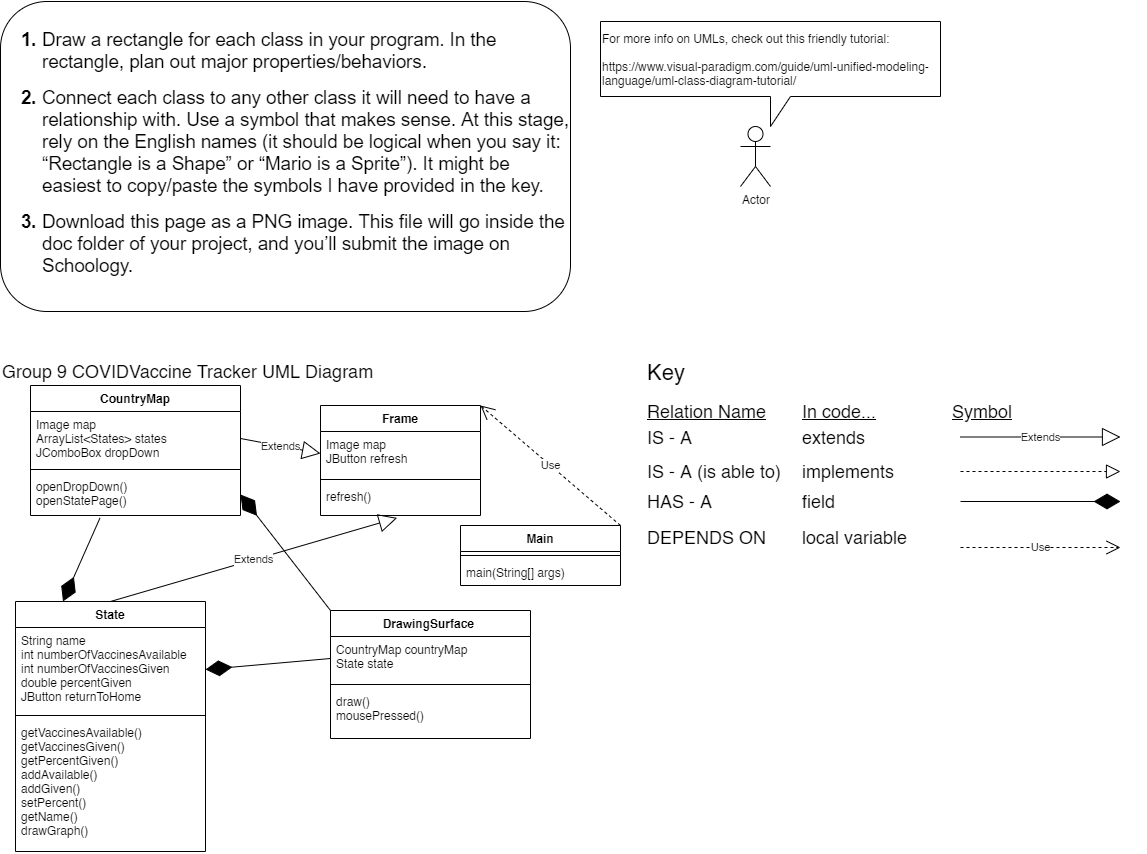
Before: CapstoneCOVIDVaccineTrackerProject/doc/UML.png, a diagram exported from draw.io (HHSAPCompSci2020/capstone-project-group-9-nsr). Source tidied: cells renumbered, new cells last; positions are measured from the earlier drawing's top-left corner, leaving out a move shared by most shapes. Its diagram source:
```xml
<mxGraphModel>
  <root>
    <mxCell id="0" />
    <mxCell id="1" parent="0" />
    <mxCell id="2" value="&lt;br&gt;&lt;br&gt;&lt;b style=&quot;font-weight: normal&quot; id=&quot;docs-internal-guid-c7d128cd-7fff-e6f1-a204-49fbba2cfa26&quot;&gt;&lt;ol style=&quot;margin-top: 0 ; margin-bottom: 0&quot;&gt;&lt;li dir=&quot;ltr&quot; style=&quot;list-style-type: decimal ; font-size: 14pt ; font-family: &amp;#34;arial&amp;#34; ; color: rgb(0 , 0 , 0) ; background-color: transparent ; font-weight: 700 ; font-style: normal ; font-variant: normal ; text-decoration: none ; vertical-align: baseline&quot;&gt;&lt;p dir=&quot;ltr&quot; style=&quot;line-height: 1.2 ; margin-top: 0pt ; margin-bottom: 0pt&quot;&gt;&lt;span style=&quot;font-size: 14pt ; font-family: &amp;#34;arial&amp;#34; ; color: rgb(0 , 0 , 0) ; background-color: transparent ; font-weight: 400 ; font-style: normal ; font-variant: normal ; text-decoration: none ; vertical-align: baseline&quot;&gt;Draw a rectangle for each class in your program. In the rectangle, plan out major properties/behaviors.&lt;/span&gt;&lt;/p&gt;&lt;/li&gt;&lt;/ol&gt;&lt;br&gt;&lt;ol style=&quot;margin-top: 0 ; margin-bottom: 0&quot; start=&quot;2&quot;&gt;&lt;li dir=&quot;ltr&quot; style=&quot;list-style-type: decimal ; font-size: 14pt ; font-family: &amp;#34;arial&amp;#34; ; color: rgb(0 , 0 , 0) ; background-color: transparent ; font-weight: 700 ; font-style: normal ; font-variant: normal ; text-decoration: none ; vertical-align: baseline&quot;&gt;&lt;p dir=&quot;ltr&quot; style=&quot;line-height: 1.2 ; margin-top: 0pt ; margin-bottom: 0pt&quot;&gt;&lt;span style=&quot;font-size: 14pt ; font-family: &amp;#34;arial&amp;#34; ; color: rgb(0 , 0 , 0) ; background-color: transparent ; font-weight: 400 ; font-style: normal ; font-variant: normal ; text-decoration: none ; vertical-align: baseline&quot;&gt;Connect each class to any other class it will need to have a relationship with. Use a symbol that makes sense. At this stage, rely on the English names (it should be logical when you say it: “Rectangle is a Shape” or “Mario is a Sprite”). It might be easiest to copy/paste the symbols I have provided in the key.&lt;/span&gt;&lt;/p&gt;&lt;/li&gt;&lt;/ol&gt;&lt;br&gt;&lt;ol style=&quot;margin-top: 0 ; margin-bottom: 0&quot; start=&quot;3&quot;&gt;&lt;li dir=&quot;ltr&quot; style=&quot;list-style-type: decimal ; font-size: 14pt ; font-family: &amp;#34;arial&amp;#34; ; color: rgb(0 , 0 , 0) ; background-color: transparent ; font-weight: 700 ; font-style: normal ; font-variant: normal ; text-decoration: none ; vertical-align: baseline&quot;&gt;&lt;p dir=&quot;ltr&quot; style=&quot;line-height: 1.2 ; margin-top: 0pt ; margin-bottom: 0pt&quot;&gt;&lt;span style=&quot;font-size: 14pt ; font-family: &amp;#34;arial&amp;#34; ; color: rgb(0 , 0 , 0) ; background-color: transparent ; font-weight: 400 ; font-style: normal ; font-variant: normal ; text-decoration: none ; vertical-align: baseline&quot;&gt;Download this page as a PNG image. This file will go inside the doc folder of your project, and you’ll submit the image on Schoology.&lt;/span&gt;&lt;/p&gt;&lt;/li&gt;&lt;/ol&gt;&lt;div&gt;&lt;font face=&quot;arial&quot;&gt;&lt;span style=&quot;font-size: 18.6667px&quot;&gt;&lt;br&gt;&lt;/span&gt;&lt;/font&gt;&lt;/div&gt;&lt;div&gt;&lt;br&gt;&lt;/div&gt;&lt;/b&gt;" style="rounded=1;whiteSpace=wrap;html=1;align=left;" parent="1" vertex="1">
      <mxGeometry width="570" height="310" as="geometry" />
    </mxCell>
    <mxCell id="3" value="Actor" style="shape=umlActor;verticalLabelPosition=bottom;verticalAlign=top;html=1;align=left;" parent="1" vertex="1">
      <mxGeometry x="740" y="125" width="30" height="60" as="geometry" />
    </mxCell>
    <mxCell id="4" value="For more info on UMLs, check out this friendly tutorial:&lt;br&gt;&lt;br&gt;&lt;a href=&quot;https://www.visual-paradigm.com/guide/uml-unified-modeling-language/uml-class-diagram-tutorial/&quot;&gt;https://www.visual-paradigm.com/guide/uml-unified-modeling-language/uml-class-diagram-tutorial/&lt;/a&gt;" style="shape=callout;whiteSpace=wrap;html=1;perimeter=calloutPerimeter;align=left;" parent="1" vertex="1">
      <mxGeometry x="600" y="20" width="340" height="105" as="geometry" />
    </mxCell>
    <mxCell id="5" value="&lt;font style=&quot;font-size: 18px&quot;&gt;Group 9 COVIDVaccine Tracker UML Diagram&lt;br&gt;&lt;/font&gt;" style="text;html=1;align=left;verticalAlign=middle;strokeColor=none;" parent="1" vertex="1">
      <mxGeometry y="360" width="390" height="20" as="geometry" />
    </mxCell>
    <mxCell id="6" value="&lt;font style=&quot;font-size: 22px&quot;&gt;Key&lt;/font&gt;" style="text;html=1;align=left;verticalAlign=middle;strokeColor=none;" parent="1" vertex="1">
      <mxGeometry x="645" y="360" width="50" height="20" as="geometry" />
    </mxCell>
    <mxCell id="7" value="&lt;font style=&quot;font-size: 18px&quot;&gt;IS - A&lt;/font&gt;" style="text;html=1;align=left;verticalAlign=middle;strokeColor=none;" parent="1" vertex="1">
      <mxGeometry x="645" y="426" width="60" height="20" as="geometry" />
    </mxCell>
    <mxCell id="8" value="&lt;font style=&quot;font-size: 18px&quot;&gt;extends&lt;/font&gt;" style="text;html=1;align=left;verticalAlign=middle;strokeColor=none;" parent="1" vertex="1">
      <mxGeometry x="800" y="426" width="80" height="20" as="geometry" />
    </mxCell>
    <mxCell id="9" value="&lt;font style=&quot;font-size: 18px&quot;&gt;IS - A (is able to)&lt;/font&gt;" style="text;html=1;align=left;verticalAlign=middle;strokeColor=none;" parent="1" vertex="1">
      <mxGeometry x="645" y="460" width="150" height="20" as="geometry" />
    </mxCell>
    <mxCell id="10" value="&lt;font style=&quot;font-size: 18px&quot;&gt;HAS - A&lt;/font&gt;" style="text;html=1;align=left;verticalAlign=middle;strokeColor=none;" parent="1" vertex="1">
      <mxGeometry x="645" y="490" width="80" height="20" as="geometry" />
    </mxCell>
    <mxCell id="11" value="&lt;font style=&quot;font-size: 18px&quot;&gt;DEPENDS ON&lt;/font&gt;" style="text;html=1;align=left;verticalAlign=middle;strokeColor=none;" parent="1" vertex="1">
      <mxGeometry x="645" y="526" width="130" height="20" as="geometry" />
    </mxCell>
    <mxCell id="12" value="&lt;font style=&quot;font-size: 18px&quot;&gt;implements&lt;/font&gt;" style="text;html=1;align=left;verticalAlign=middle;strokeColor=none;" parent="1" vertex="1">
      <mxGeometry x="800" y="460" width="110" height="20" as="geometry" />
    </mxCell>
    <mxCell id="13" value="&lt;font style=&quot;font-size: 18px&quot;&gt;field&lt;/font&gt;" style="text;html=1;align=left;verticalAlign=middle;strokeColor=none;" parent="1" vertex="1">
      <mxGeometry x="800" y="490" width="50" height="20" as="geometry" />
    </mxCell>
    <mxCell id="14" value="&lt;font style=&quot;font-size: 18px&quot;&gt;local variable&lt;/font&gt;" style="text;html=1;align=left;verticalAlign=middle;strokeColor=none;" parent="1" vertex="1">
      <mxGeometry x="800" y="526" width="120" height="20" as="geometry" />
    </mxCell>
    <mxCell id="15" value="&lt;font style=&quot;font-size: 18px&quot;&gt;&lt;u&gt;Relation Name&lt;/u&gt;&lt;/font&gt;" style="text;html=1;align=left;verticalAlign=middle;strokeColor=none;" parent="1" vertex="1">
      <mxGeometry x="645" y="400" width="130" height="20" as="geometry" />
    </mxCell>
    <mxCell id="16" value="&lt;font style=&quot;font-size: 18px&quot;&gt;&lt;u&gt;In code...&lt;/u&gt;&lt;/font&gt;" style="text;html=1;align=left;verticalAlign=middle;strokeColor=none;" parent="1" vertex="1">
      <mxGeometry x="800" y="400" width="90" height="20" as="geometry" />
    </mxCell>
    <mxCell id="17" value="&lt;font style=&quot;font-size: 18px&quot;&gt;&lt;u&gt;Symbol&lt;/u&gt;&lt;/font&gt;" style="text;html=1;align=left;verticalAlign=middle;strokeColor=none;" parent="1" vertex="1">
      <mxGeometry x="950" y="400" width="80" height="20" as="geometry" />
    </mxCell>
    <mxCell id="18" style="endArrow=block;dashed=1;endFill=0;endSize=12;html=1;" parent="1" edge="1">
      <mxGeometry relative="1" as="geometry">
        <mxPoint x="960" y="470" as="sourcePoint" />
        <mxPoint x="1120" y="470" as="targetPoint" />
      </mxGeometry>
    </mxCell>
    <mxCell id="19" value="Use" style="endArrow=open;endSize=12;dashed=1;html=1;exitX=1;exitY=0;exitDx=0;exitDy=0;entryX=1;entryY=0;entryDx=0;entryDy=0;" parent="1" edge="1" source="35" target="26">
      <mxGeometry relative="1" as="geometry" />
    </mxCell>
    <mxCell id="20" style="endArrow=diamondThin;endFill=1;endSize=24;html=1;" parent="1" edge="1">
      <mxGeometry relative="1" as="geometry">
        <mxPoint x="960" y="500" as="sourcePoint" />
        <mxPoint x="1120" y="500" as="targetPoint" />
      </mxGeometry>
    </mxCell>
    <mxCell id="21" value="Extends" style="endArrow=block;endSize=16;endFill=0;html=1;" parent="1" edge="1">
      <mxGeometry relative="1" as="geometry">
        <mxPoint x="960" y="435.5" as="sourcePoint" />
        <mxPoint x="1120" y="435.5" as="targetPoint" />
      </mxGeometry>
    </mxCell>
    <mxCell id="22" value="CountryMap" style="swimlane;fontStyle=1;align=center;verticalAlign=top;horizontal=1;startSize=26;" parent="1" vertex="1">
      <mxGeometry x="30" y="384" width="210" height="130" as="geometry" />
    </mxCell>
    <mxCell id="23" value="Image map&#10;ArrayList&lt;States&gt; states&#10;JComboBox dropDown" style="text;strokeColor=none;fillColor=none;align=left;verticalAlign=top;spacingLeft=4;spacingRight=4;overflow=hidden;points=[[0,0.5],[1,0.5]];portConstraint=eastwest;" parent="22" vertex="1">
      <mxGeometry y="26" width="210" height="54" as="geometry" />
    </mxCell>
    <mxCell id="24" style="line;strokeWidth=1;fillColor=none;align=left;verticalAlign=middle;spacingTop=-1;spacingLeft=3;spacingRight=3;labelPosition=right;" parent="22" vertex="1">
      <mxGeometry y="80" width="210" height="8" as="geometry" />
    </mxCell>
    <mxCell id="25" value="openDropDown()&#10;openStatePage()" style="text;strokeColor=none;fillColor=none;align=left;verticalAlign=top;spacingLeft=4;spacingRight=4;overflow=hidden;points=[[0,0.5],[1,0.5]];portConstraint=eastwest;" parent="22" vertex="1">
      <mxGeometry y="88" width="210" height="42" as="geometry" />
    </mxCell>
    <mxCell id="26" value="Frame" style="swimlane;fontStyle=1;align=center;verticalAlign=top;horizontal=1;startSize=26;" parent="1" vertex="1">
      <mxGeometry x="320" y="404" width="160" height="110" as="geometry" />
    </mxCell>
    <mxCell id="27" value="Image map&#10;JButton refresh&#10;" style="text;strokeColor=none;fillColor=none;align=left;verticalAlign=top;spacingLeft=4;spacingRight=4;overflow=hidden;points=[[0,0.5],[1,0.5]];portConstraint=eastwest;" parent="26" vertex="1">
      <mxGeometry y="26" width="160" height="44" as="geometry" />
    </mxCell>
    <mxCell id="28" style="line;strokeWidth=1;fillColor=none;align=left;verticalAlign=middle;spacingTop=-1;spacingLeft=3;spacingRight=3;labelPosition=right;" parent="26" vertex="1">
      <mxGeometry y="70" width="160" height="8" as="geometry" />
    </mxCell>
    <mxCell id="29" value="refresh()&#10;" style="text;strokeColor=none;fillColor=none;align=left;verticalAlign=top;spacingLeft=4;spacingRight=4;overflow=hidden;points=[[0,0.5],[1,0.5]];portConstraint=eastwest;" parent="26" vertex="1">
      <mxGeometry y="78" width="160" height="32" as="geometry" />
    </mxCell>
    <mxCell id="30" value="State" style="swimlane;fontStyle=1;align=center;verticalAlign=top;horizontal=1;startSize=26;" parent="1" vertex="1">
      <mxGeometry x="15" y="600" width="190" height="250" as="geometry" />
    </mxCell>
    <mxCell id="31" value="String name&#10;int numberOfVaccinesAvailable&#10;int numberOfVaccinesGiven&#10;double percentGiven&#10;JButton returnToHome" style="text;strokeColor=none;fillColor=none;align=left;verticalAlign=top;spacingLeft=4;spacingRight=4;overflow=hidden;points=[[0,0.5],[1,0.5]];portConstraint=eastwest;" parent="30" vertex="1">
      <mxGeometry y="26" width="190" height="84" as="geometry" />
    </mxCell>
    <mxCell id="32" style="line;strokeWidth=1;fillColor=none;align=left;verticalAlign=middle;spacingTop=-1;spacingLeft=3;spacingRight=3;labelPosition=right;" parent="30" vertex="1">
      <mxGeometry y="110" width="190" height="8" as="geometry" />
    </mxCell>
    <mxCell id="33" value="getVaccinesAvailable()&#10;getVaccinesGiven()&#10;getPercentGiven()&#10;addAvailable()&#10;addGiven()&#10;setPercent()&#10;getName()&#10;drawGraph()&#10;" style="text;strokeColor=none;fillColor=none;align=left;verticalAlign=top;spacingLeft=4;spacingRight=4;overflow=hidden;" parent="30" vertex="1">
      <mxGeometry y="118" width="190" height="132" as="geometry" />
    </mxCell>
    <mxCell id="34" style="endArrow=diamondThin;endFill=1;endSize=24;html=1;exitX=0.331;exitY=1.058;exitDx=0;exitDy=0;entryX=0.25;entryY=0;entryDx=0;entryDy=0;exitPerimeter=0;" parent="1" edge="1" source="25" target="30">
      <mxGeometry relative="1" as="geometry" />
    </mxCell>
    <mxCell id="35" value="Main" style="swimlane;fontStyle=1;align=center;verticalAlign=top;horizontal=1;startSize=26;" parent="1" vertex="1">
      <mxGeometry x="460" y="524" width="160" height="60" as="geometry" />
    </mxCell>
    <mxCell id="36" style="line;strokeWidth=1;fillColor=none;align=left;verticalAlign=middle;spacingTop=-1;spacingLeft=3;spacingRight=3;labelPosition=right;" parent="35" vertex="1">
      <mxGeometry y="26" width="160" height="8" as="geometry" />
    </mxCell>
    <mxCell id="37" value="main(String[] args)" style="text;strokeColor=none;fillColor=none;align=left;verticalAlign=top;spacingLeft=4;spacingRight=4;overflow=hidden;" parent="35" vertex="1">
      <mxGeometry y="34" width="160" height="26" as="geometry" />
    </mxCell>
    <mxCell id="38" value="Extends" style="endArrow=block;endSize=16;endFill=0;html=1;exitX=1;exitY=0.5;exitDx=0;exitDy=0;entryX=0;entryY=0.5;entryDx=0;entryDy=0;" parent="1" edge="1" source="23" target="27">
      <mxGeometry relative="1" as="geometry" />
    </mxCell>
    <mxCell id="39" value="Extends" style="endArrow=block;endSize=16;endFill=0;html=1;exitX=0.5;exitY=0;exitDx=0;exitDy=0;entryX=0.479;entryY=1.075;entryDx=0;entryDy=0;entryPerimeter=0;" parent="1" edge="1" source="30" target="29">
      <mxGeometry relative="1" as="geometry" />
    </mxCell>
    <mxCell id="40" value="DrawingSurface " style="swimlane;fontStyle=1;align=center;verticalAlign=top;horizontal=1;startSize=26;" parent="1" vertex="1">
      <mxGeometry x="330" y="609" width="200" height="128" as="geometry" />
    </mxCell>
    <mxCell id="41" value="CountryMap countryMap&#10;State state" style="text;strokeColor=none;fillColor=none;align=left;verticalAlign=top;spacingLeft=4;spacingRight=4;overflow=hidden;points=[[0,0.5],[1,0.5]];portConstraint=eastwest;" parent="40" vertex="1">
      <mxGeometry y="26" width="200" height="44" as="geometry" />
    </mxCell>
    <mxCell id="42" style="line;strokeWidth=1;fillColor=none;align=left;verticalAlign=middle;spacingTop=-1;spacingLeft=3;spacingRight=3;labelPosition=right;" parent="40" vertex="1">
      <mxGeometry y="70" width="200" height="8" as="geometry" />
    </mxCell>
    <mxCell id="43" value="draw()&#10;mousePressed()" style="text;strokeColor=none;fillColor=none;align=left;verticalAlign=top;spacingLeft=4;spacingRight=4;overflow=hidden;" parent="40" vertex="1">
      <mxGeometry y="78" width="200" height="50" as="geometry" />
    </mxCell>
    <mxCell id="44" value="Use" style="endArrow=open;endSize=12;dashed=1;html=1;" parent="1" edge="1">
      <mxGeometry relative="1" as="geometry">
        <mxPoint x="960" y="546" as="sourcePoint" />
        <mxPoint x="1120" y="546" as="targetPoint" />
      </mxGeometry>
    </mxCell>
    <mxCell id="45" style="endArrow=diamondThin;endFill=1;endSize=24;html=1;exitX=0;exitY=0;exitDx=0;exitDy=0;entryX=1;entryY=0.5;entryDx=0;entryDy=0;" parent="1" edge="1" source="40" target="25">
      <mxGeometry relative="1" as="geometry" />
    </mxCell>
    <mxCell id="46" style="endArrow=diamondThin;endFill=1;endSize=24;html=1;exitX=0;exitY=0.5;exitDx=0;exitDy=0;entryX=1;entryY=0.5;entryDx=0;entryDy=0;" parent="1" edge="1" source="41" target="31">
      <mxGeometry relative="1" as="geometry" />
    </mxCell>
  </root>
</mxGraphModel>
```
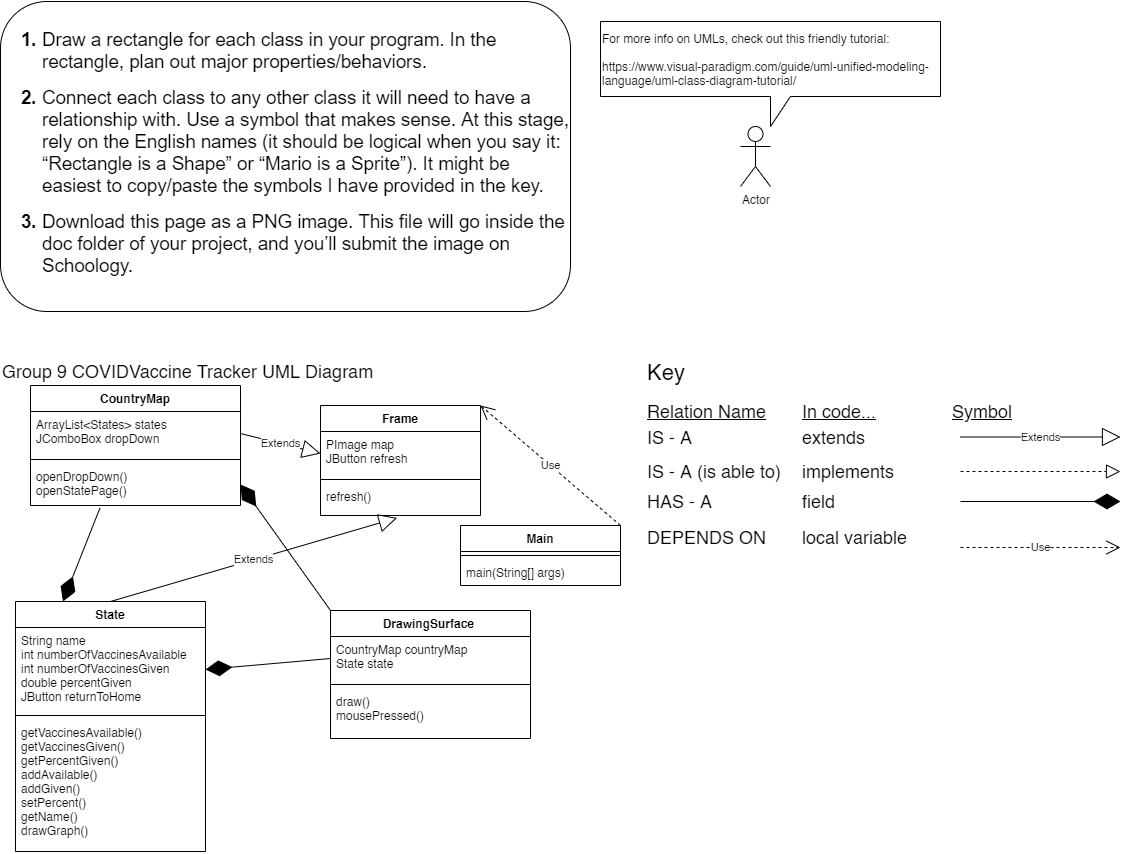
The same file after the commit.

Diff of the diagram source:
```diff
@@ -72,21 +72,21 @@
       </mxGeometry>
     </mxCell>
     <mxCell id="22" value="CountryMap" style="swimlane;fontStyle=1;align=center;verticalAlign=top;horizontal=1;startSize=26;" parent="1" vertex="1">
-      <mxGeometry x="30" y="384" width="210" height="130" as="geometry" />
+      <mxGeometry x="30" y="384" width="210" height="120" as="geometry" />
     </mxCell>
-    <mxCell id="23" value="Image map&#10;ArrayList&lt;States&gt; states&#10;JComboBox dropDown" style="text;strokeColor=none;fillColor=none;align=left;verticalAlign=top;spacingLeft=4;spacingRight=4;overflow=hidden;points=[[0,0.5],[1,0.5]];portConstraint=eastwest;" parent="22" vertex="1">
-      <mxGeometry y="26" width="210" height="54" as="geometry" />
+    <mxCell id="23" value="ArrayList&lt;States&gt; states&#10;JComboBox dropDown" style="text;strokeColor=none;fillColor=none;align=left;verticalAlign=top;spacingLeft=4;spacingRight=4;overflow=hidden;points=[[0,0.5],[1,0.5]];portConstraint=eastwest;" parent="22" vertex="1">
+      <mxGeometry y="26" width="210" height="44" as="geometry" />
     </mxCell>
     <mxCell id="24" style="line;strokeWidth=1;fillColor=none;align=left;verticalAlign=middle;spacingTop=-1;spacingLeft=3;spacingRight=3;labelPosition=right;" parent="22" vertex="1">
-      <mxGeometry y="80" width="210" height="8" as="geometry" />
+      <mxGeometry y="70" width="210" height="8" as="geometry" />
     </mxCell>
     <mxCell id="25" value="openDropDown()&#10;openStatePage()" style="text;strokeColor=none;fillColor=none;align=left;verticalAlign=top;spacingLeft=4;spacingRight=4;overflow=hidden;points=[[0,0.5],[1,0.5]];portConstraint=eastwest;" parent="22" vertex="1">
-      <mxGeometry y="88" width="210" height="42" as="geometry" />
+      <mxGeometry y="78" width="210" height="42" as="geometry" />
     </mxCell>
     <mxCell id="26" value="Frame" style="swimlane;fontStyle=1;align=center;verticalAlign=top;horizontal=1;startSize=26;" parent="1" vertex="1">
       <mxGeometry x="320" y="404" width="160" height="110" as="geometry" />
     </mxCell>
-    <mxCell id="27" value="Image map&#10;JButton refresh&#10;" style="text;strokeColor=none;fillColor=none;align=left;verticalAlign=top;spacingLeft=4;spacingRight=4;overflow=hidden;points=[[0,0.5],[1,0.5]];portConstraint=eastwest;" parent="26" vertex="1">
+    <mxCell id="27" value="PImage map&#10;JButton refresh&#10;" style="text;strokeColor=none;fillColor=none;align=left;verticalAlign=top;spacingLeft=4;spacingRight=4;overflow=hidden;points=[[0,0.5],[1,0.5]];portConstraint=eastwest;" parent="26" vertex="1">
       <mxGeometry y="26" width="160" height="44" as="geometry" />
     </mxCell>
     <mxCell id="28" style="line;strokeWidth=1;fillColor=none;align=left;verticalAlign=middle;spacingTop=-1;spacingLeft=3;spacingRight=3;labelPosition=right;" parent="26" vertex="1">
```
